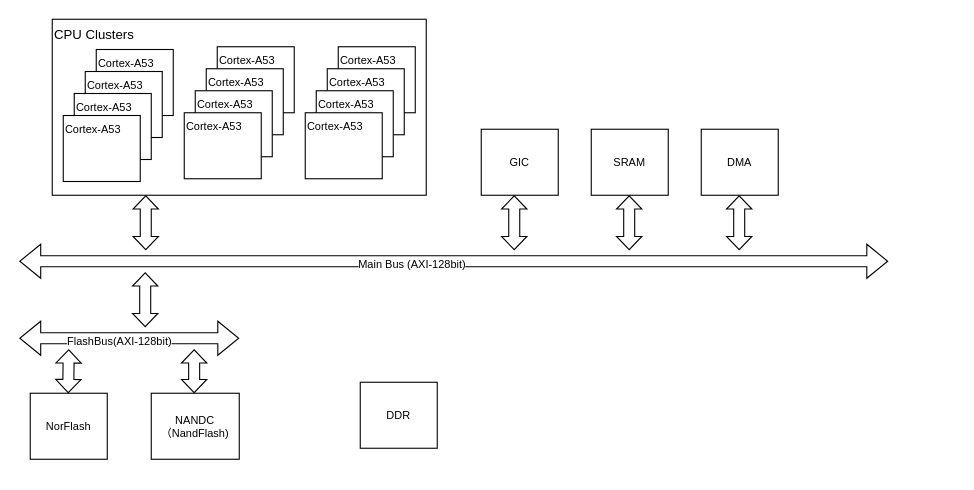
Above: QEMU/QEMU-ARCH.drawio in youtubezou/A-thinking-in-linux (draw.io), before the change. Source tidied: cells renumbered, new cells numbered last; positions are measured from the earlier drawing's top-left corner, leaving out a move shared by most shapes. Both pictures are drawn from the tidied source at 110%, with x=0, y=0 at pixel (19, 19).
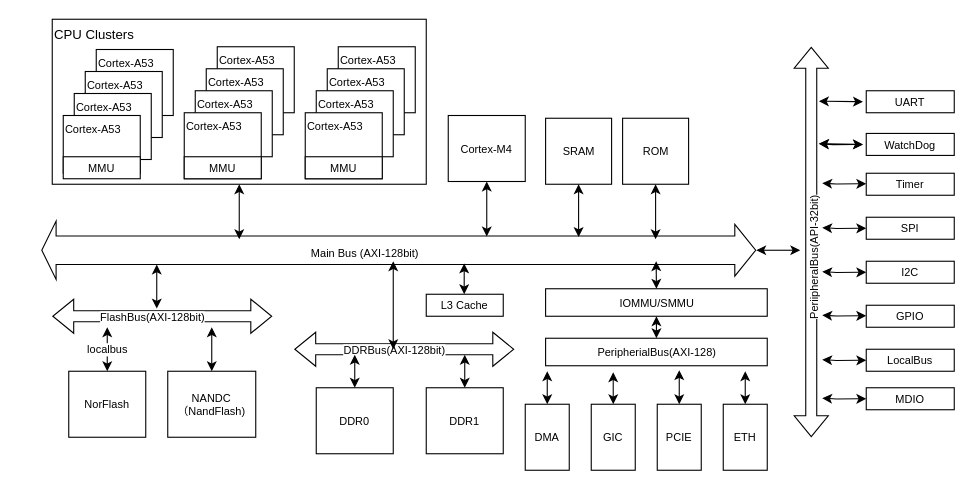
The same diagram, later.

Change to the diagram source:
```diff
@@
     <mxCell id="2" value="CPU Clusters" style="rounded=0;whiteSpace=wrap;html=1;align=left;verticalAlign=top;" parent="1" vertex="1">
-      <mxGeometry x="30" width="340" height="160" as="geometry" />
+      <mxGeometry x="30" width="340" height="150" as="geometry" />
     </mxCell>
@@
     <mxCell id="6" value="&lt;font style=&quot;font-size: 10px&quot;&gt;Cortex-A53&lt;/font&gt;" style="rounded=0;whiteSpace=wrap;html=1;align=left;verticalAlign=top;fontSize=9;" parent="1" vertex="1">
-      <mxGeometry x="40" y="87.5" width="70" height="60" as="geometry" />
+      <mxGeometry x="40" y="87.5" width="70" height="52.5" as="geometry" />
     </mxCell>
@@
     <mxCell id="15" value="GIC" style="rounded=0;whiteSpace=wrap;html=1;fontSize=10;" parent="1" vertex="1">
-      <mxGeometry x="420" y="100" width="70" height="60" as="geometry" />
+      <mxGeometry x="520" y="350" width="40" height="60" as="geometry" />
     </mxCell>
-    <mxCell id="16" style="shape=flexArrow;endArrow=classic;startArrow=classic;html=1;rounded=0;fontSize=10;" parent="1" edge="1">
+    <mxCell id="16" style="shape=flexArrow;endArrow=classic;startArrow=classic;html=1;rounded=0;fontSize=10;startWidth=26;startSize=4;width=26;" parent="1" edge="1">
       <mxGeometry relative="1" as="geometry">
-        <mxPoint y="220" as="sourcePoint" />
-        <mxPoint x="790" y="220" as="targetPoint" />
+        <mxPoint x="20" y="210" as="sourcePoint" />
+        <mxPoint x="670" y="210" as="targetPoint" />
       </mxGeometry>
     </mxCell>
@@
-    <mxCell id="18" style="shape=flexArrow;endArrow=classic;startArrow=classic;html=1;rounded=0;fontSize=10;entryX=0.25;entryY=1;entryDx=0;entryDy=0;startWidth=12;startSize=3.67;endWidth=12;endSize=3.67;" parent="1" edge="1" target="2">
-      <mxGeometry relative="1" as="geometry">
-        <mxPoint x="115" y="210" as="sourcePoint" />
-      </mxGeometry>
-    </mxCell>
-    <mxCell id="19" style="shape=flexArrow;endArrow=classic;startArrow=classic;html=1;rounded=0;fontSize=10;entryX=0.25;entryY=1;entryDx=0;entryDy=0;startWidth=12;startSize=3.67;endWidth=12;endSize=3.67;" parent="1" edge="1">
-      <mxGeometry relative="1" as="geometry">
-        <mxPoint x="450" y="210" as="sourcePoint" />
-        <mxPoint x="450" y="160" as="targetPoint" />
-      </mxGeometry>
-    </mxCell>
     <mxCell id="20" value="SRAM" style="rounded=0;whiteSpace=wrap;html=1;fontSize=10;" parent="1" vertex="1">
-      <mxGeometry x="520" y="100" width="70" height="60" as="geometry" />
+      <mxGeometry x="478.5" y="90" width="60" height="60" as="geometry" />
     </mxCell>
-    <mxCell id="21" style="shape=flexArrow;endArrow=classic;startArrow=classic;html=1;rounded=0;fontSize=10;entryX=0.25;entryY=1;entryDx=0;entryDy=0;startWidth=12;startSize=3.67;endWidth=12;endSize=3.67;" parent="1" edge="1">
-      <mxGeometry relative="1" as="geometry">
-        <mxPoint x="554.5" y="210" as="sourcePoint" />
-        <mxPoint x="554.5" y="160" as="targetPoint" />
-      </mxGeometry>
-    </mxCell>
     <mxCell id="22" value="NorFlash" style="rounded=0;whiteSpace=wrap;html=1;fontSize=10;" parent="1" vertex="1">
-      <mxGeometry x="10" y="340" width="70" height="60" as="geometry" />
+      <mxGeometry x="45" y="320" width="70" height="60" as="geometry" />
     </mxCell>
-    <mxCell id="23" value="DDR" style="rounded=0;whiteSpace=wrap;html=1;fontSize=10;" parent="1" vertex="1">
-      <mxGeometry x="310" y="330" width="70" height="60" as="geometry" />
+    <mxCell id="23" value="DDR0" style="rounded=0;whiteSpace=wrap;html=1;fontSize=10;" parent="1" vertex="1">
+      <mxGeometry x="270" y="335" width="70" height="60" as="geometry" />
     </mxCell>
-    <mxCell id="24" style="shape=flexArrow;endArrow=classic;startArrow=classic;html=1;rounded=0;fontSize=10;entryX=0.25;entryY=1;entryDx=0;entryDy=0;startWidth=12;startSize=3.67;endWidth=12;endSize=3.67;" parent="1" edge="1">
-      <mxGeometry relative="1" as="geometry">
-        <mxPoint x="654.5" y="210" as="sourcePoint" />
-        <mxPoint x="654.5" y="160" as="targetPoint" />
-      </mxGeometry>
-    </mxCell>
-    <mxCell id="25" style="shape=flexArrow;endArrow=classic;startArrow=classic;html=1;rounded=0;fontSize=10;entryX=0.25;entryY=1;entryDx=0;entryDy=0;startWidth=12;startSize=3.67;endWidth=12;endSize=3.67;" parent="1" edge="1">
-      <mxGeometry relative="1" as="geometry">
-        <mxPoint x="114.5" y="280" as="sourcePoint" />
-        <mxPoint x="114.5" y="230" as="targetPoint" />
-      </mxGeometry>
-    </mxCell>
     <mxCell id="26" style="shape=flexArrow;endArrow=classic;startArrow=classic;html=1;rounded=0;fontSize=10;" parent="1" edge="1">
       <mxGeometry relative="1" as="geometry">
-        <mxPoint y="290" as="sourcePoint" />
-        <mxPoint x="200" y="290" as="targetPoint" />
+        <mxPoint x="30" y="270" as="sourcePoint" />
+        <mxPoint x="230" y="270" as="targetPoint" />
       </mxGeometry>
     </mxCell>
     <mxCell id="27" value="FlashBus(AXI-128bit)" style="edgeLabel;html=1;align=center;verticalAlign=middle;fontSize=10;" parent="26" vertex="1">
-      <mxGeometry x="-0.1" y="-2" relative="1" as="geometry" />
+      <mxGeometry x="-0.1" y="-2" relative="1" as="geometry">
+        <mxPoint y="-2" as="offset" />
+      </mxGeometry>
     </mxCell>
     <mxCell id="28" value="NANDC&lt;br&gt;（NandFlash)" style="rounded=0;whiteSpace=wrap;html=1;fontSize=10;" parent="1" vertex="1">
-      <mxGeometry x="120" y="340" width="80" height="60" as="geometry" />
+      <mxGeometry x="135" y="320" width="80" height="60" as="geometry" />
     </mxCell>
-    <mxCell id="29" style="shape=flexArrow;endArrow=classic;startArrow=classic;html=1;rounded=0;fontSize=10;startWidth=12;startSize=3.67;endWidth=12;endSize=3.67;" parent="1" edge="1">
-      <mxGeometry relative="1" as="geometry">
-        <mxPoint x="44.5" y="340" as="sourcePoint" />
-        <mxPoint x="45" y="300" as="targetPoint" />
-      </mxGeometry>
-    </mxCell>
-    <mxCell id="30" style="shape=flexArrow;endArrow=classic;startArrow=classic;html=1;rounded=0;fontSize=10;startWidth=12;startSize=3.67;endWidth=12;endSize=3.67;" parent="1" edge="1">
-      <mxGeometry relative="1" as="geometry">
-        <mxPoint x="159" y="340" as="sourcePoint" />
-        <mxPoint x="159" y="300" as="targetPoint" />
-      </mxGeometry>
-    </mxCell>
     <mxCell id="31" value="DMA" style="rounded=0;whiteSpace=wrap;html=1;fontSize=10;" parent="1" vertex="1">
-      <mxGeometry x="620" y="100" width="70" height="60" as="geometry" />
+      <mxGeometry x="460" y="350" width="40" height="60" as="geometry" />
     </mxCell>
+    <mxCell id="32" style="shape=flexArrow;endArrow=classic;startArrow=classic;html=1;rounded=0;fontSize=10;" parent="1" edge="1">
+      <mxGeometry relative="1" as="geometry">
+        <mxPoint x="250" y="300" as="sourcePoint" />
+        <mxPoint x="450" y="300" as="targetPoint" />
+      </mxGeometry>
+    </mxCell>
+    <mxCell id="33" value="DDRBus(AXI-128bit)" style="edgeLabel;html=1;align=center;verticalAlign=middle;fontSize=10;" parent="32" vertex="1">
+      <mxGeometry x="-0.1" y="-2" relative="1" as="geometry">
+        <mxPoint y="-2" as="offset" />
+      </mxGeometry>
+    </mxCell>
+    <mxCell id="34" value="MMU" style="rounded=0;whiteSpace=wrap;html=1;fontSize=10;" parent="1" vertex="1">
+      <mxGeometry x="40" y="125" width="70" height="20" as="geometry" />
+    </mxCell>
+    <mxCell id="35" value="MMU" style="rounded=0;whiteSpace=wrap;html=1;fontSize=10;" parent="1" vertex="1">
+      <mxGeometry x="150" y="125" width="70" height="20" as="geometry" />
+    </mxCell>
+    <mxCell id="36" value="MMU" style="rounded=0;whiteSpace=wrap;html=1;fontSize=10;" parent="1" vertex="1">
+      <mxGeometry x="260" y="125" width="70" height="20" as="geometry" />
+    </mxCell>
+    <mxCell id="37" value="IOMMU/SMMU" style="rounded=0;whiteSpace=wrap;html=1;fontSize=10;" parent="1" vertex="1">
+      <mxGeometry x="478.5" y="245" width="201.5" height="25" as="geometry" />
+    </mxCell>
+    <mxCell id="38" style="endArrow=classic;startArrow=classic;html=1;rounded=0;fontSize=10;exitX=0.5;exitY=0;exitDx=0;exitDy=0;" parent="1" edge="1" source="31">
+      <mxGeometry relative="1" as="geometry">
+        <mxPoint x="480" y="320" as="targetPoint" />
+      </mxGeometry>
+    </mxCell>
+    <mxCell id="39" style="endArrow=classic;startArrow=classic;html=1;rounded=0;fontSize=10;entryX=0.5;entryY=0;entryDx=0;entryDy=0;" parent="1" edge="1" target="37">
+      <mxGeometry relative="1" as="geometry">
+        <mxPoint x="579" y="220" as="sourcePoint" />
+      </mxGeometry>
+    </mxCell>
+    <mxCell id="40" value="PCIE" style="rounded=0;whiteSpace=wrap;html=1;fontSize=10;" parent="1" vertex="1">
+      <mxGeometry x="580" y="350" width="40" height="60" as="geometry" />
+    </mxCell>
+    <mxCell id="41" style="endArrow=classic;startArrow=classic;html=1;rounded=0;fontSize=10;exitX=0.603;exitY=1.16;exitDx=0;exitDy=0;exitPerimeter=0;entryX=0.5;entryY=0;entryDx=0;entryDy=0;" parent="1" edge="1" source="68" target="40">
+      <mxGeometry relative="1" as="geometry" />
+    </mxCell>
+    <mxCell id="42" style="endArrow=classic;startArrow=classic;html=1;rounded=0;fontSize=10;entryX=0.5;entryY=1;entryDx=0;entryDy=0;" parent="1" edge="1" target="20">
+      <mxGeometry relative="1" as="geometry">
+        <mxPoint x="508.5" y="198" as="sourcePoint" />
+      </mxGeometry>
+    </mxCell>
+    <mxCell id="43" style="endArrow=classic;startArrow=classic;html=1;rounded=0;fontSize=10;exitX=0.305;exitY=1.24;exitDx=0;exitDy=0;entryX=0.5;entryY=0;entryDx=0;entryDy=0;exitPerimeter=0;" parent="1" edge="1" source="68" target="15">
+      <mxGeometry relative="1" as="geometry" />
+    </mxCell>
+    <mxCell id="44" style="endArrow=classic;startArrow=classic;html=1;rounded=0;fontSize=10;entryX=0.5;entryY=1;entryDx=0;entryDy=0;" parent="1" edge="1" target="2">
+      <mxGeometry relative="1" as="geometry">
+        <mxPoint x="200" y="200" as="sourcePoint" />
+      </mxGeometry>
+    </mxCell>
+    <mxCell id="45" style="endArrow=classic;startArrow=classic;html=1;rounded=0;fontSize=10;" parent="1" edge="1">
+      <mxGeometry relative="1" as="geometry">
+        <mxPoint x="125" y="263" as="sourcePoint" />
+        <mxPoint x="125" y="223" as="targetPoint" />
+      </mxGeometry>
+    </mxCell>
+    <mxCell id="46" value="localbus" style="endArrow=classic;startArrow=classic;html=1;rounded=0;fontSize=10;" parent="1" edge="1">
+      <mxGeometry relative="1" as="geometry">
+        <mxPoint x="80" y="320" as="sourcePoint" />
+        <mxPoint x="80" y="280" as="targetPoint" />
+      </mxGeometry>
+    </mxCell>
+    <mxCell id="47" style="endArrow=classic;startArrow=classic;html=1;rounded=0;fontSize=10;" parent="1" edge="1">
+      <mxGeometry relative="1" as="geometry">
+        <mxPoint x="175" y="320" as="sourcePoint" />
+        <mxPoint x="175" y="280" as="targetPoint" />
+      </mxGeometry>
+    </mxCell>
+    <mxCell id="48" value="DDR1" style="rounded=0;whiteSpace=wrap;html=1;fontSize=10;" parent="1" vertex="1">
+      <mxGeometry x="370" y="335" width="70" height="60" as="geometry" />
+    </mxCell>
+    <mxCell id="49" style="endArrow=classic;startArrow=classic;html=1;rounded=0;fontSize=10;" parent="1" edge="1">
+      <mxGeometry relative="1" as="geometry">
+        <mxPoint x="404.5" y="250" as="sourcePoint" />
+        <mxPoint x="404.5" y="222" as="targetPoint" />
+      </mxGeometry>
+    </mxCell>
+    <mxCell id="50" style="endArrow=classic;startArrow=classic;html=1;rounded=0;fontSize=10;exitX=0.5;exitY=0;exitDx=0;exitDy=0;" parent="1" edge="1" source="23">
+      <mxGeometry relative="1" as="geometry">
+        <mxPoint x="305" y="305" as="targetPoint" />
+      </mxGeometry>
+    </mxCell>
+    <mxCell id="51" style="endArrow=classic;startArrow=classic;html=1;rounded=0;fontSize=10;exitX=0.5;exitY=0;exitDx=0;exitDy=0;" parent="1" edge="1" source="48">
+      <mxGeometry relative="1" as="geometry">
+        <mxPoint x="405" y="305" as="targetPoint" />
+      </mxGeometry>
+    </mxCell>
+    <mxCell id="52" style="shape=flexArrow;endArrow=classic;startArrow=classic;html=1;rounded=0;fontSize=10;" parent="1" edge="1">
+      <mxGeometry relative="1" as="geometry">
+        <mxPoint x="720" y="380" as="sourcePoint" />
+        <mxPoint x="720" y="25" as="targetPoint" />
+      </mxGeometry>
+    </mxCell>
+    <mxCell id="53" value="PeriipheralBus(API-32bit)" style="edgeLabel;html=1;align=center;verticalAlign=middle;fontSize=10;horizontal=0;" parent="52" vertex="1">
+      <mxGeometry x="-0.1" y="-2" relative="1" as="geometry">
+        <mxPoint y="-2" as="offset" />
+      </mxGeometry>
+    </mxCell>
+    <mxCell id="54" style="endArrow=classic;startArrow=classic;html=1;rounded=0;fontSize=10;" parent="1" edge="1">
+      <mxGeometry relative="1" as="geometry">
+        <mxPoint x="670" y="210" as="sourcePoint" />
+        <mxPoint x="710" y="210" as="targetPoint" />
+      </mxGeometry>
+    </mxCell>
+    <mxCell id="55" value="UART" style="rounded=0;whiteSpace=wrap;html=1;fontSize=10;horizontal=1;" parent="1" vertex="1">
+      <mxGeometry x="770" y="65" width="80" height="20" as="geometry" />
+    </mxCell>
+    <mxCell id="56" style="endArrow=classic;startArrow=classic;html=1;rounded=0;fontSize=10;" parent="1" edge="1">
+      <mxGeometry relative="1" as="geometry">
+        <mxPoint x="727" y="74.5" as="sourcePoint" />
+        <mxPoint x="767" y="75" as="targetPoint" />
+      </mxGeometry>
+    </mxCell>
+    <mxCell id="57" value="Cortex-M4" style="rounded=0;whiteSpace=wrap;html=1;fontSize=10;" parent="1" vertex="1">
+      <mxGeometry x="390" y="87.5" width="70" height="60" as="geometry" />
+    </mxCell>
+    <mxCell id="58" style="endArrow=classic;startArrow=classic;html=1;rounded=0;fontSize=10;entryX=0.5;entryY=1;entryDx=0;entryDy=0;" parent="1" edge="1" target="57">
+      <mxGeometry relative="1" as="geometry">
+        <mxPoint x="425" y="197.5" as="sourcePoint" />
+      </mxGeometry>
+    </mxCell>
+    <mxCell id="59" value="WatchDog" style="rounded=0;whiteSpace=wrap;html=1;fontSize=10;horizontal=1;" parent="1" vertex="1">
+      <mxGeometry x="770" y="103.8" width="80" height="20" as="geometry" />
+    </mxCell>
+    <mxCell id="60" value="Timer" style="rounded=0;whiteSpace=wrap;html=1;fontSize=10;horizontal=1;" parent="1" vertex="1">
+      <mxGeometry x="770" y="140" width="80" height="20" as="geometry" />
+    </mxCell>
+    <mxCell id="61" value="SPI" style="rounded=0;whiteSpace=wrap;html=1;fontSize=10;horizontal=1;" parent="1" vertex="1">
+      <mxGeometry x="770" y="180" width="80" height="20" as="geometry" />
+    </mxCell>
+    <mxCell id="62" value="I2C" style="rounded=0;whiteSpace=wrap;html=1;fontSize=10;horizontal=1;" parent="1" vertex="1">
+      <mxGeometry x="770" y="220" width="80" height="20" as="geometry" />
+    </mxCell>
+    <mxCell id="63" value="GPIO" style="rounded=0;whiteSpace=wrap;html=1;fontSize=10;horizontal=1;" parent="1" vertex="1">
+      <mxGeometry x="770" y="260" width="80" height="20" as="geometry" />
+    </mxCell>
+    <mxCell id="64" value="ROM" style="rounded=0;whiteSpace=wrap;html=1;fontSize=10;" parent="1" vertex="1">
+      <mxGeometry x="548.5" y="90" width="60" height="60" as="geometry" />
+    </mxCell>
+    <mxCell id="65" style="endArrow=classic;startArrow=classic;html=1;rounded=0;fontSize=10;entryX=0.5;entryY=1;entryDx=0;entryDy=0;" parent="1" edge="1" target="64">
+      <mxGeometry relative="1" as="geometry">
+        <mxPoint x="578.5" y="200" as="sourcePoint" />
+      </mxGeometry>
+    </mxCell>
+    <mxCell id="66" value="L3 Cache" style="rounded=0;whiteSpace=wrap;html=1;fontSize=10;" parent="1" vertex="1">
+      <mxGeometry x="370" y="250" width="70" height="20" as="geometry" />
+    </mxCell>
+    <mxCell id="67" style="endArrow=classic;startArrow=classic;html=1;rounded=0;fontSize=10;" parent="1" edge="1">
+      <mxGeometry relative="1" as="geometry">
+        <mxPoint x="340" y="300" as="sourcePoint" />
+        <mxPoint x="340" y="220" as="targetPoint" />
+      </mxGeometry>
+    </mxCell>
+    <mxCell id="68" value="PeripherialBus(AXI-128)" style="rounded=0;whiteSpace=wrap;html=1;fontSize=10;" parent="1" vertex="1">
+      <mxGeometry x="478.5" y="290" width="201.5" height="25" as="geometry" />
+    </mxCell>
+    <mxCell id="69" style="endArrow=classic;startArrow=classic;html=1;rounded=0;fontSize=10;entryX=0.5;entryY=0;entryDx=0;entryDy=0;exitX=0.5;exitY=1;exitDx=0;exitDy=0;" parent="1" edge="1" source="37" target="68">
+      <mxGeometry relative="1" as="geometry" />
+    </mxCell>
+    <mxCell id="70" value="ETH" style="rounded=0;whiteSpace=wrap;html=1;fontSize=10;" parent="1" vertex="1">
+      <mxGeometry x="640" y="350" width="40" height="60" as="geometry" />
+    </mxCell>
+    <mxCell id="71" style="endArrow=classic;startArrow=classic;html=1;rounded=0;fontSize=10;" parent="1" edge="1" target="70">
+      <mxGeometry relative="1" as="geometry">
+        <mxPoint x="660" y="320" as="sourcePoint" />
+      </mxGeometry>
+    </mxCell>
+    <mxCell id="72" style="endArrow=classic;startArrow=classic;html=1;rounded=0;fontSize=10;" parent="1" edge="1">
+      <mxGeometry relative="1" as="geometry">
+        <mxPoint x="727" y="113.2" as="sourcePoint" />
+        <mxPoint x="767" y="113.8" as="targetPoint" />
+      </mxGeometry>
+    </mxCell>
+    <mxCell id="73" style="endArrow=classic;startArrow=classic;html=1;rounded=0;fontSize=10;" parent="1" edge="1">
+      <mxGeometry relative="1" as="geometry">
+        <mxPoint x="727" y="113.2" as="sourcePoint" />
+        <mxPoint x="767" y="113.8" as="targetPoint" />
+        <Array as="points">
+          <mxPoint x="740" y="114" />
+        </Array>
+      </mxGeometry>
+    </mxCell>
+    <mxCell id="74" style="endArrow=classic;startArrow=classic;html=1;rounded=0;fontSize=10;" parent="1" edge="1">
+      <mxGeometry relative="1" as="geometry">
+        <mxPoint x="730" y="149" as="sourcePoint" />
+        <mxPoint x="770" y="149.5" as="targetPoint" />
+        <Array as="points">
+          <mxPoint x="743" y="149.8" />
+        </Array>
+      </mxGeometry>
+    </mxCell>
+    <mxCell id="75" style="endArrow=classic;startArrow=classic;html=1;rounded=0;fontSize=10;" parent="1" edge="1">
+      <mxGeometry relative="1" as="geometry">
+        <mxPoint x="730" y="189.5" as="sourcePoint" />
+        <mxPoint x="770" y="190" as="targetPoint" />
+        <Array as="points">
+          <mxPoint x="743" y="190.2" />
+        </Array>
+      </mxGeometry>
+    </mxCell>
+    <mxCell id="76" style="endArrow=classic;startArrow=classic;html=1;rounded=0;fontSize=10;" parent="1" edge="1">
+      <mxGeometry relative="1" as="geometry">
+        <mxPoint x="730" y="229.5" as="sourcePoint" />
+        <mxPoint x="770" y="230" as="targetPoint" />
+        <Array as="points">
+          <mxPoint x="743" y="230.2" />
+        </Array>
+      </mxGeometry>
+    </mxCell>
+    <mxCell id="77" style="endArrow=classic;startArrow=classic;html=1;rounded=0;fontSize=10;" parent="1" edge="1">
+      <mxGeometry relative="1" as="geometry">
+        <mxPoint x="730" y="269" as="sourcePoint" />
+        <mxPoint x="770" y="269.5" as="targetPoint" />
+        <Array as="points">
+          <mxPoint x="743" y="269.8" />
+        </Array>
+      </mxGeometry>
+    </mxCell>
+    <mxCell id="78" value="LocalBus" style="rounded=0;whiteSpace=wrap;html=1;fontSize=10;horizontal=1;" parent="1" vertex="1">
+      <mxGeometry x="770" y="300" width="80" height="20" as="geometry" />
+    </mxCell>
+    <mxCell id="79" value="MDIO" style="rounded=0;whiteSpace=wrap;html=1;fontSize=10;horizontal=1;" parent="1" vertex="1">
+      <mxGeometry x="770" y="335" width="80" height="20" as="geometry" />
+    </mxCell>
+    <mxCell id="80" style="endArrow=classic;startArrow=classic;html=1;rounded=0;fontSize=10;" parent="1" edge="1">
+      <mxGeometry relative="1" as="geometry">
+        <mxPoint x="730" y="309.5" as="sourcePoint" />
+        <mxPoint x="770" y="310" as="targetPoint" />
+        <Array as="points">
+          <mxPoint x="743" y="310.2" />
+        </Array>
+      </mxGeometry>
+    </mxCell>
+    <mxCell id="81" style="endArrow=classic;startArrow=classic;html=1;rounded=0;fontSize=10;" parent="1" edge="1">
+      <mxGeometry relative="1" as="geometry">
+        <mxPoint x="730" y="344.5" as="sourcePoint" />
+        <mxPoint x="770" y="345" as="targetPoint" />
+        <Array as="points">
+          <mxPoint x="743" y="345.2" />
+        </Array>
+      </mxGeometry>
+    </mxCell>
```
